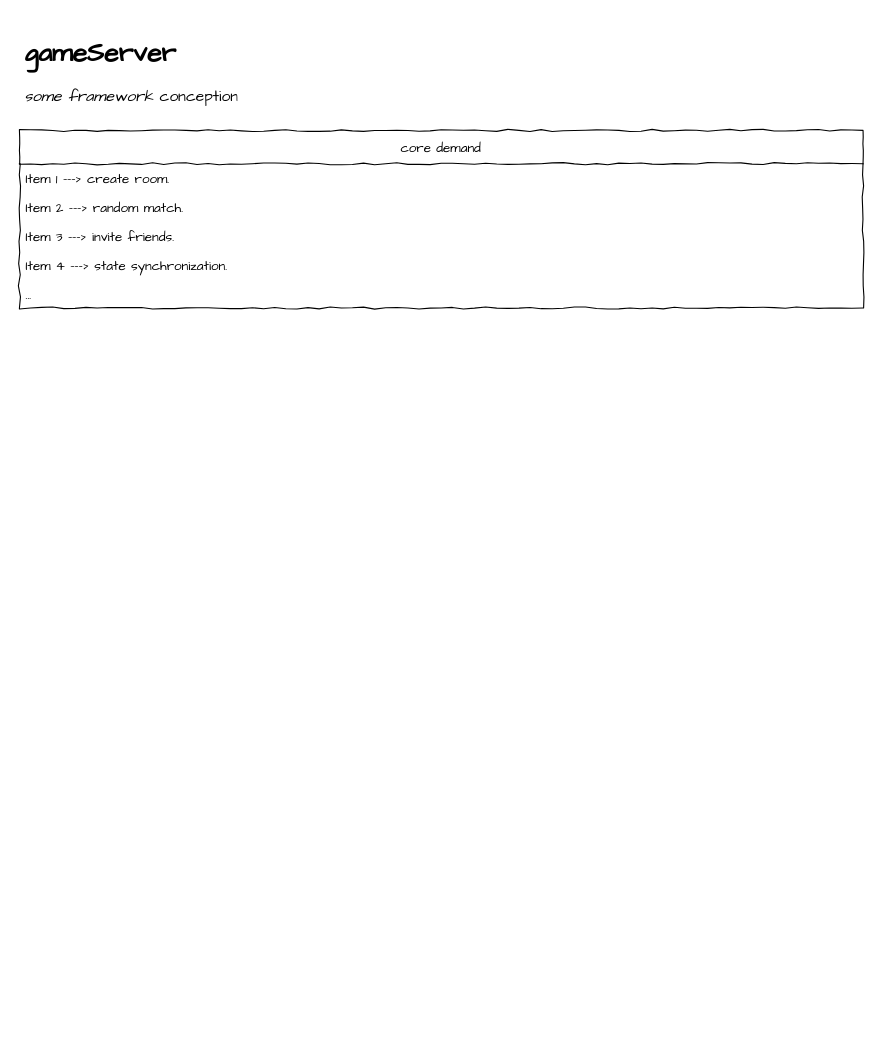
The draw.io diagram Untitled Diagram.drawio in rabbitdream/framework, before the edit. Source tidied: cells renumbered, new cells numbered last; positions are measured from the earlier drawing's top-left corner, leaving out a move shared by most shapes. Both pictures are drawn from the tidied source at 111%, with x=0, y=0 at pixel (19, 30).
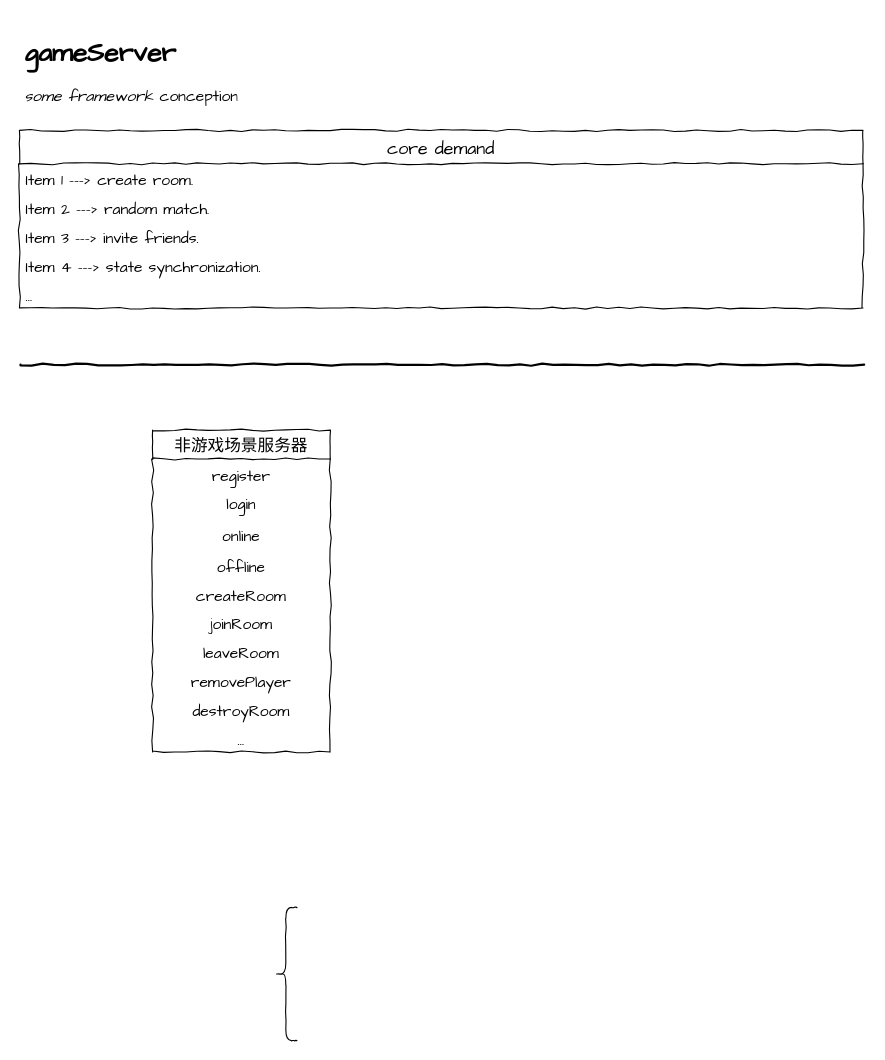
After the change.

Diff of the diagram source:
```diff
@@
-    <mxCell id="3" value="core demand" style="swimlane;fontStyle=0;horizontal=1;startSize=30;comic=1;fontFamily=Comic Sans MS;" parent="1" vertex="1">
+    <mxCell id="3" value="core demand" style="swimlane;fontStyle=0;horizontal=1;startSize=30;comic=1;fontFamily=Comic Sans MS;fontSize=16;" parent="1" vertex="1">
       <mxGeometry y="90" width="760" height="160" as="geometry" />
     </mxCell>
-    <mxCell id="4" value="Item 1 ---&gt; create room. " style="text;strokeColor=none;fillColor=none;align=left;verticalAlign=top;spacingLeft=4;spacingRight=4;overflow=hidden;fontFamily=Comic Sans MS;" parent="3" vertex="1">
+    <mxCell id="4" value="Item 1 ---&gt; create room. " style="text;strokeColor=none;fillColor=none;align=left;verticalAlign=top;spacingLeft=4;spacingRight=4;overflow=hidden;fontFamily=Comic Sans MS;fontSize=14;" parent="3" vertex="1">
       <mxGeometry y="30" width="760" height="26" as="geometry" />
     </mxCell>
-    <mxCell id="5" value="Item 2 ---&gt; random match. " style="text;strokeColor=none;fillColor=none;align=left;verticalAlign=top;spacingLeft=4;spacingRight=4;overflow=hidden;fontFamily=Comic Sans MS;" parent="3" vertex="1">
+    <mxCell id="5" value="Item 2 ---&gt; random match. " style="text;strokeColor=none;fillColor=none;align=left;verticalAlign=top;spacingLeft=4;spacingRight=4;overflow=hidden;fontFamily=Comic Sans MS;fontSize=14;" parent="3" vertex="1">
       <mxGeometry y="56" width="760" height="26" as="geometry" />
     </mxCell>
-    <mxCell id="6" value="Item 3 ---&gt; invite friends." style="text;strokeColor=none;fillColor=none;align=left;verticalAlign=top;spacingLeft=4;spacingRight=4;overflow=hidden;fontFamily=Comic Sans MS;" parent="3" vertex="1">
+    <mxCell id="6" value="Item 3 ---&gt; invite friends." style="text;strokeColor=none;fillColor=none;align=left;verticalAlign=top;spacingLeft=4;spacingRight=4;overflow=hidden;fontFamily=Comic Sans MS;fontSize=14;" parent="3" vertex="1">
       <mxGeometry y="82" width="760" height="26" as="geometry" />
     </mxCell>
-    <mxCell id="7" value="Item 4 ---&gt; state synchronization." style="text;strokeColor=none;fillColor=none;align=left;verticalAlign=top;spacingLeft=4;spacingRight=4;overflow=hidden;fontFamily=Comic Sans MS;" parent="3" vertex="1">
+    <mxCell id="7" value="Item 4 ---&gt; state synchronization." style="text;strokeColor=none;fillColor=none;align=left;verticalAlign=top;spacingLeft=4;spacingRight=4;overflow=hidden;fontFamily=Comic Sans MS;fontSize=14;" parent="3" vertex="1">
       <mxGeometry y="108" width="760" height="26" as="geometry" />
     </mxCell>
-    <mxCell id="8" value="..." style="text;strokeColor=none;fillColor=none;align=left;verticalAlign=top;spacingLeft=4;spacingRight=4;overflow=hidden;fontFamily=Comic Sans MS;" parent="3" vertex="1">
+    <mxCell id="8" value="..." style="text;strokeColor=none;fillColor=none;align=left;verticalAlign=top;spacingLeft=4;spacingRight=4;overflow=hidden;fontFamily=Comic Sans MS;fontSize=14;" parent="3" vertex="1">
       <mxGeometry y="134" width="760" height="26" as="geometry" />
     </mxCell>
+    <mxCell id="9" style="line;strokeWidth=2;html=1;comic=1;" parent="1" vertex="1">
+      <mxGeometry x="1" y="296" width="760" height="10" as="geometry" />
+    </mxCell>
+    <mxCell id="10" value="非游戏场景服务器" style="swimlane;fontStyle=0;horizontal=1;startSize=26;comic=1;strokeWidth=1;fontSize=15;" parent="1" vertex="1">
+      <mxGeometry x="120" y="360" width="160" height="290" as="geometry" />
+    </mxCell>
+    <mxCell id="11" value="register" style="text;strokeColor=none;fillColor=none;align=center;verticalAlign=top;spacingLeft=4;spacingRight=4;overflow=hidden;fontFamily=Comic Sans MS;fontSize=14;" parent="10" vertex="1">
+      <mxGeometry y="26" width="160" height="26" as="geometry" />
+    </mxCell>
+    <mxCell id="12" value="login" style="text;strokeColor=none;fillColor=none;align=center;verticalAlign=top;spacingLeft=4;spacingRight=4;overflow=hidden;fontFamily=Comic Sans MS;fontSize=14;" parent="10" vertex="1">
+      <mxGeometry y="52" width="160" height="28" as="geometry" />
+    </mxCell>
+    <mxCell id="13" value="online" style="text;strokeColor=none;fillColor=none;align=center;verticalAlign=top;spacingLeft=4;spacingRight=4;overflow=hidden;fontFamily=Comic Sans MS;fontSize=14;" parent="10" vertex="1">
+      <mxGeometry y="80" width="160" height="28" as="geometry" />
+    </mxCell>
+    <mxCell id="14" value="offline" style="text;strokeColor=none;fillColor=none;align=center;verticalAlign=top;spacingLeft=4;spacingRight=4;overflow=hidden;fontFamily=Comic Sans MS;fontSize=14;" parent="10" vertex="1">
+      <mxGeometry y="108" width="160" height="26" as="geometry" />
+    </mxCell>
+    <mxCell id="15" value="createRoom" style="text;strokeColor=none;fillColor=none;align=center;verticalAlign=top;spacingLeft=4;spacingRight=4;overflow=hidden;fontFamily=Comic Sans MS;fontSize=14;" parent="10" vertex="1">
+      <mxGeometry y="134" width="160" height="26" as="geometry" />
+    </mxCell>
+    <mxCell id="16" value="joinRoom" style="text;strokeColor=none;fillColor=none;align=center;verticalAlign=top;spacingLeft=4;spacingRight=4;overflow=hidden;fontFamily=Comic Sans MS;fontSize=14;" parent="10" vertex="1">
+      <mxGeometry y="160" width="160" height="26" as="geometry" />
+    </mxCell>
+    <mxCell id="17" value="leaveRoom" style="text;strokeColor=none;fillColor=none;align=center;verticalAlign=top;spacingLeft=4;spacingRight=4;overflow=hidden;fontFamily=Comic Sans MS;fontSize=14;" parent="10" vertex="1">
+      <mxGeometry y="186" width="160" height="26" as="geometry" />
+    </mxCell>
+    <mxCell id="18" value="removePlayer" style="text;strokeColor=none;fillColor=none;align=center;verticalAlign=top;spacingLeft=4;spacingRight=4;overflow=hidden;fontFamily=Comic Sans MS;fontSize=14;" parent="10" vertex="1">
+      <mxGeometry y="212" width="160" height="26" as="geometry" />
+    </mxCell>
+    <mxCell id="19" value="destroyRoom" style="text;strokeColor=none;fillColor=none;align=center;verticalAlign=top;spacingLeft=4;spacingRight=4;overflow=hidden;fontFamily=Comic Sans MS;fontSize=14;" parent="10" vertex="1">
+      <mxGeometry y="238" width="160" height="26" as="geometry" />
+    </mxCell>
+    <mxCell id="20" value="..." style="text;strokeColor=none;fillColor=none;align=center;verticalAlign=top;spacingLeft=4;spacingRight=4;overflow=hidden;fontFamily=Comic Sans MS;fontSize=14;" parent="10" vertex="1">
+      <mxGeometry y="264" width="160" height="26" as="geometry" />
+    </mxCell>
+    <mxCell id="21" style="shape=curlyBracket;whiteSpace=wrap;html=1;rounded=1;comic=1;fontFamily=Comic Sans MS;fontSize=14;strokeWidth=1;align=center;size=0.5;" parent="1" vertex="1">
+      <mxGeometry x="230" y="790" width="20" height="120" as="geometry" />
+    </mxCell>
```
